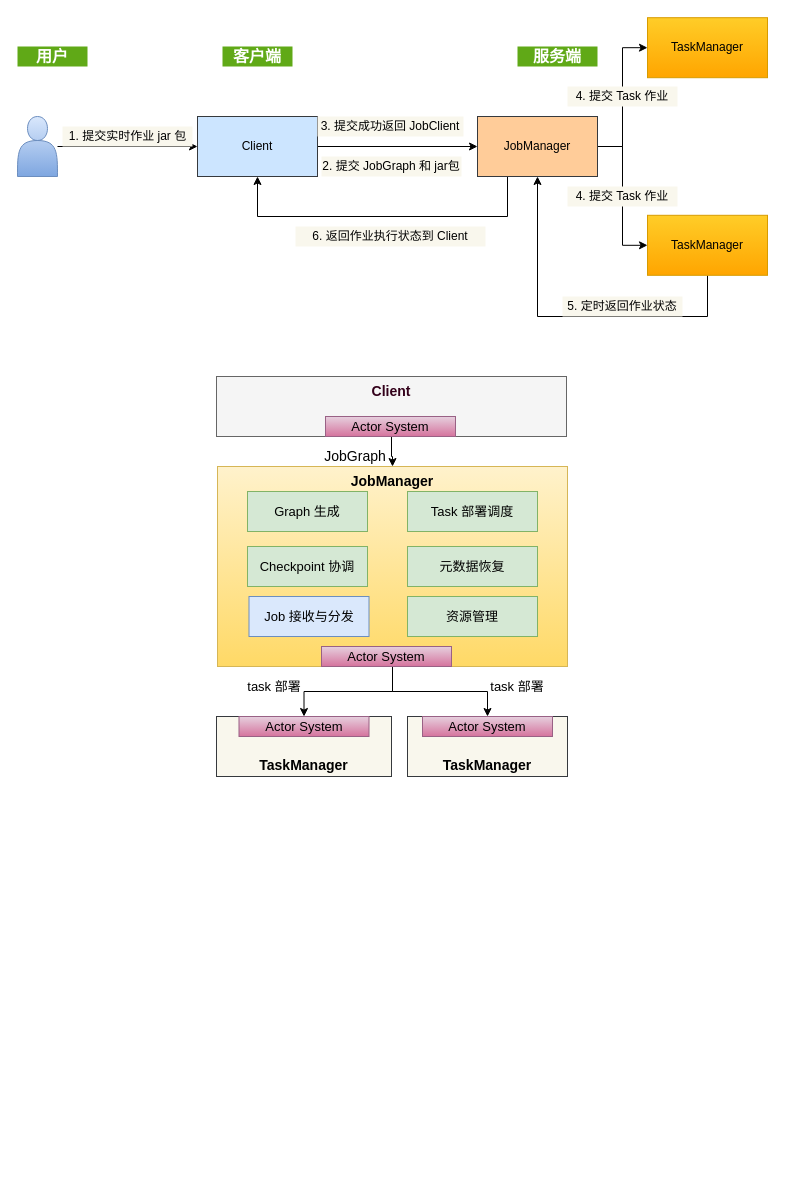
Before: graph/Flink-Core-Structure.drawio in nicekk/Flink-Practice, a draw.io diagram. Source tidied: cells renumbered, new cells numbered last; positions are measured from the earlier drawing's top-left corner, leaving out a move shared by most shapes. Both pictures are drawn from the tidied source at 100%, with x=0, y=0 at pixel (17, 17).
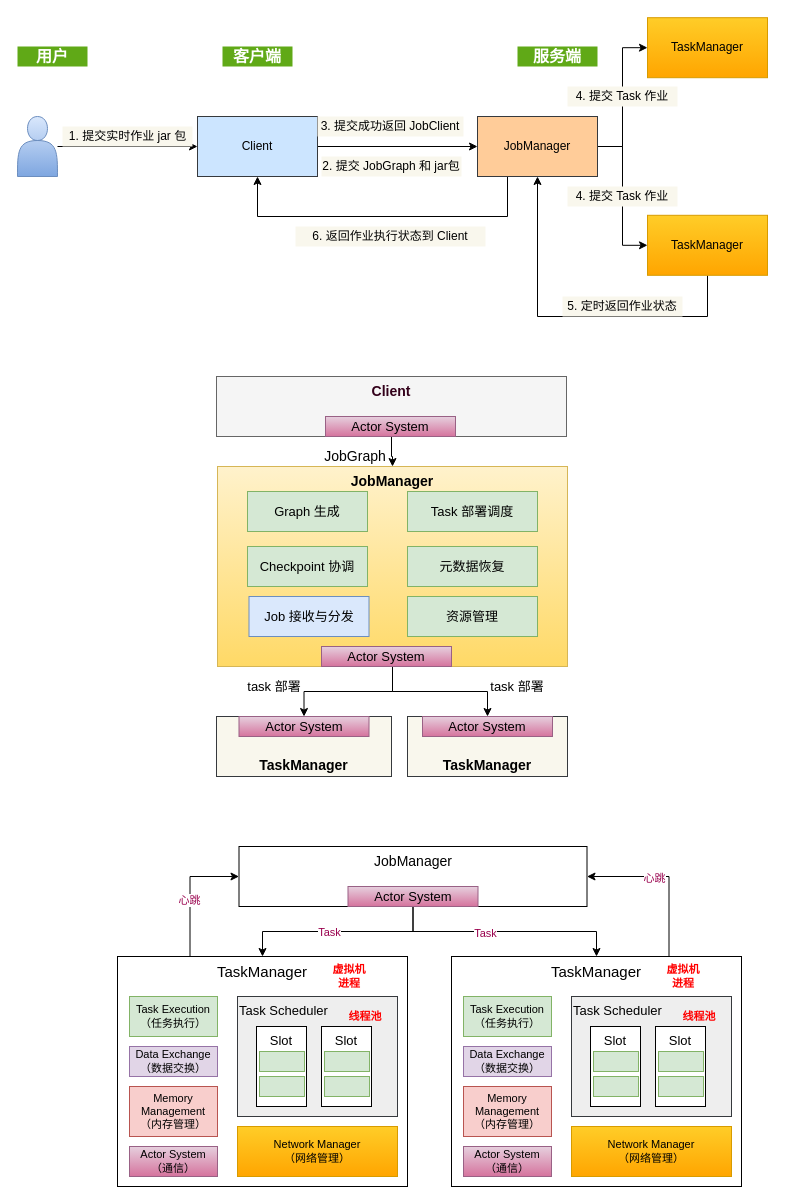
The same page after the edit.

Commit message:
TaskManager 内部原理

The edit, as a diff of the source:
```diff
@@
+    <mxCell id="43" style="edgeStyle=orthogonalEdgeStyle;rounded=0;jettySize=auto;html=1;fontSize=11;fontColor=#3333FF;" parent="1" edge="1" source="47" target="51">
+      <mxGeometry relative="1" as="geometry" />
+    </mxCell>
+    <mxCell id="44" value="Task" style="edgeLabel;html=1;align=center;verticalAlign=middle;fontSize=11;fontColor=#99004D;" parent="43" vertex="1">
+      <mxGeometry x="0.09" relative="1" as="geometry" />
+    </mxCell>
+    <mxCell id="45" style="edgeStyle=orthogonalEdgeStyle;rounded=0;jettySize=auto;html=1;fontSize=11;fontColor=#3333FF;" parent="1" edge="1" source="47" target="68">
+      <mxGeometry relative="1" as="geometry" />
+    </mxCell>
+    <mxCell id="46" value="Task" style="edgeLabel;html=1;align=center;verticalAlign=middle;fontSize=11;fontColor=#99004D;" parent="45" vertex="1">
+      <mxGeometry x="-0.17" y="-1" relative="1" as="geometry" />
+    </mxCell>
+    <mxCell id="47" value="JobManager" style="rounded=0;whiteSpace=wrap;html=1;fontSize=14;verticalAlign=top;" parent="1" vertex="1">
+      <mxGeometry x="221.5" y="829" width="348" height="60" as="geometry" />
+    </mxCell>
+    <mxCell id="48" value="Actor System" style="rounded=0;whiteSpace=wrap;html=1;fillColor=#e6d0de;fontSize=13;gradientColor=#d5739d;strokeColor=#996185;" parent="1" vertex="1">
+      <mxGeometry x="330.5" y="869" width="130" height="20" as="geometry" />
+    </mxCell>
+    <mxCell id="49" style="edgeStyle=orthogonalEdgeStyle;rounded=0;jettySize=auto;html=1;exitX=0.25;exitY=0;exitDx=0;exitDy=0;entryX=0;entryY=0.5;entryDx=0;entryDy=0;fontSize=11;fontColor=#99004D;" parent="1" edge="1" source="51" target="47">
+      <mxGeometry relative="1" as="geometry" />
+    </mxCell>
+    <mxCell id="50" value="心跳" style="edgeLabel;html=1;align=center;verticalAlign=middle;fontSize=11;fontColor=#99004D;" parent="49" vertex="1">
+      <mxGeometry x="-0.12" y="1" relative="1" as="geometry" />
+    </mxCell>
+    <mxCell id="51" value="TaskManager" style="rounded=0;whiteSpace=wrap;html=1;fontSize=15;verticalAlign=top;" parent="1" vertex="1">
+      <mxGeometry x="100" y="939" width="290" height="230" as="geometry" />
+    </mxCell>
+    <mxCell id="52" value="Task Execution&lt;br&gt;（任务执行）" style="rounded=0;whiteSpace=wrap;html=1;fontSize=11;fillColor=#d5e8d4;strokeColor=#82b366;" parent="1" vertex="1">
+      <mxGeometry x="112" y="979" width="88" height="40" as="geometry" />
+    </mxCell>
+    <mxCell id="53" value="Data Exchange&lt;br&gt;（数据交换）" style="rounded=0;whiteSpace=wrap;html=1;fontSize=11;fillColor=#e1d5e7;strokeColor=#9673a6;" parent="1" vertex="1">
+      <mxGeometry x="112" y="1029" width="88" height="30" as="geometry" />
+    </mxCell>
+    <mxCell id="54" value="Memory Management&lt;br&gt;（内存管理）" style="rounded=0;whiteSpace=wrap;html=1;fontSize=11;fillColor=#f8cecc;strokeColor=#b85450;" parent="1" vertex="1">
+      <mxGeometry x="112" y="1069" width="88" height="50" as="geometry" />
+    </mxCell>
+    <mxCell id="55" value="Task Scheduler" style="rounded=0;whiteSpace=wrap;html=1;fontSize=13;verticalAlign=top;fillColor=#eeeeee;strokeColor=#36393d;align=left;" parent="1" vertex="1">
+      <mxGeometry x="220" y="979" width="160" height="120" as="geometry" />
+    </mxCell>
+    <mxCell id="56" value="Slot" style="rounded=0;whiteSpace=wrap;html=1;fontSize=13;verticalAlign=top;" parent="1" vertex="1">
+      <mxGeometry x="239" y="1009" width="50" height="80" as="geometry" />
+    </mxCell>
+    <mxCell id="57" style="rounded=0;whiteSpace=wrap;html=1;fontSize=11;fillColor=#d5e8d4;strokeColor=#82b366;" parent="1" vertex="1">
+      <mxGeometry x="242" y="1034" width="45" height="20" as="geometry" />
+    </mxCell>
+    <mxCell id="58" style="rounded=0;whiteSpace=wrap;html=1;fontSize=11;fillColor=#d5e8d4;strokeColor=#82b366;" parent="1" vertex="1">
+      <mxGeometry x="242" y="1059" width="45" height="20" as="geometry" />
+    </mxCell>
+    <mxCell id="59" value="Slot" style="rounded=0;whiteSpace=wrap;html=1;fontSize=13;verticalAlign=top;" parent="1" vertex="1">
+      <mxGeometry x="304" y="1009" width="50" height="80" as="geometry" />
+    </mxCell>
+    <mxCell id="60" style="rounded=0;whiteSpace=wrap;html=1;fontSize=11;fillColor=#d5e8d4;strokeColor=#82b366;" parent="1" vertex="1">
+      <mxGeometry x="307" y="1059" width="45" height="20" as="geometry" />
+    </mxCell>
+    <mxCell id="61" style="rounded=0;whiteSpace=wrap;html=1;fontSize=11;fillColor=#d5e8d4;strokeColor=#82b366;" parent="1" vertex="1">
+      <mxGeometry x="307" y="1034" width="45" height="20" as="geometry" />
+    </mxCell>
+    <mxCell id="62" value="Actor System&lt;br&gt;（通信）" style="rounded=0;whiteSpace=wrap;html=1;fontSize=11;fillColor=#e6d0de;strokeColor=#996185;gradientColor=#d5739d;" parent="1" vertex="1">
+      <mxGeometry x="112" y="1129" width="88" height="30" as="geometry" />
+    </mxCell>
+    <mxCell id="63" value="Network Manager&lt;br&gt;（网络管理）" style="rounded=0;whiteSpace=wrap;html=1;fontSize=11;gradientColor=#ffa500;fillColor=#ffcd28;strokeColor=#d79b00;" parent="1" vertex="1">
+      <mxGeometry x="220" y="1109" width="160" height="50" as="geometry" />
+    </mxCell>
+    <mxCell id="64" value="虚拟机进程" style="text;html=1;strokeColor=none;fillColor=none;align=center;verticalAlign=middle;whiteSpace=wrap;rounded=0;fontSize=11;fontStyle=1;fontColor=#FF0000;" parent="1" vertex="1">
+      <mxGeometry x="312" y="949" width="40" height="20" as="geometry" />
+    </mxCell>
+    <mxCell id="65" value="线程池" style="text;html=1;strokeColor=none;fillColor=none;align=center;verticalAlign=middle;whiteSpace=wrap;rounded=0;fontSize=11;fontStyle=1;fontColor=#FF0000;" parent="1" vertex="1">
+      <mxGeometry x="328" y="989" width="40" height="20" as="geometry" />
+    </mxCell>
+    <mxCell id="66" style="edgeStyle=orthogonalEdgeStyle;rounded=0;jettySize=auto;html=1;exitX=0.75;exitY=0;exitDx=0;exitDy=0;entryX=1;entryY=0.5;entryDx=0;entryDy=0;fontSize=11;fontColor=#99004D;" parent="1" edge="1" source="68" target="47">
+      <mxGeometry relative="1" as="geometry" />
+    </mxCell>
+    <mxCell id="67" value="心跳" style="edgeLabel;html=1;align=center;verticalAlign=middle;fontSize=11;fontColor=#99004D;" parent="66" vertex="1">
+      <mxGeometry x="0.17" y="1" relative="1" as="geometry" />
+    </mxCell>
+    <mxCell id="68" value="TaskManager" style="rounded=0;whiteSpace=wrap;html=1;fontSize=15;verticalAlign=top;" parent="1" vertex="1">
+      <mxGeometry x="434" y="939" width="290" height="230" as="geometry" />
+    </mxCell>
+    <mxCell id="69" value="Task Execution&lt;br&gt;（任务执行）" style="rounded=0;whiteSpace=wrap;html=1;fontSize=11;fillColor=#d5e8d4;strokeColor=#82b366;" parent="1" vertex="1">
+      <mxGeometry x="446" y="979" width="88" height="40" as="geometry" />
+    </mxCell>
+    <mxCell id="70" value="Data Exchange&lt;br&gt;（数据交换）" style="rounded=0;whiteSpace=wrap;html=1;fontSize=11;fillColor=#e1d5e7;strokeColor=#9673a6;" parent="1" vertex="1">
+      <mxGeometry x="446" y="1029" width="88" height="30" as="geometry" />
+    </mxCell>
+    <mxCell id="71" value="Memory Management&lt;br&gt;（内存管理）" style="rounded=0;whiteSpace=wrap;html=1;fontSize=11;fillColor=#f8cecc;strokeColor=#b85450;" parent="1" vertex="1">
+      <mxGeometry x="446" y="1069" width="88" height="50" as="geometry" />
+    </mxCell>
+    <mxCell id="72" value="Task Scheduler" style="rounded=0;whiteSpace=wrap;html=1;fontSize=13;verticalAlign=top;fillColor=#eeeeee;strokeColor=#36393d;align=left;" parent="1" vertex="1">
+      <mxGeometry x="554" y="979" width="160" height="120" as="geometry" />
+    </mxCell>
+    <mxCell id="73" value="Slot" style="rounded=0;whiteSpace=wrap;html=1;fontSize=13;verticalAlign=top;" parent="1" vertex="1">
+      <mxGeometry x="573" y="1009" width="50" height="80" as="geometry" />
+    </mxCell>
+    <mxCell id="74" style="rounded=0;whiteSpace=wrap;html=1;fontSize=11;fillColor=#d5e8d4;strokeColor=#82b366;" parent="1" vertex="1">
+      <mxGeometry x="576" y="1034" width="45" height="20" as="geometry" />
+    </mxCell>
+    <mxCell id="75" style="rounded=0;whiteSpace=wrap;html=1;fontSize=11;fillColor=#d5e8d4;strokeColor=#82b366;" parent="1" vertex="1">
+      <mxGeometry x="576" y="1059" width="45" height="20" as="geometry" />
+    </mxCell>
+    <mxCell id="76" value="Slot" style="rounded=0;whiteSpace=wrap;html=1;fontSize=13;verticalAlign=top;" parent="1" vertex="1">
+      <mxGeometry x="638" y="1009" width="50" height="80" as="geometry" />
+    </mxCell>
+    <mxCell id="77" style="rounded=0;whiteSpace=wrap;html=1;fontSize=11;fillColor=#d5e8d4;strokeColor=#82b366;" parent="1" vertex="1">
+      <mxGeometry x="641" y="1059" width="45" height="20" as="geometry" />
+    </mxCell>
+    <mxCell id="78" style="rounded=0;whiteSpace=wrap;html=1;fontSize=11;fillColor=#d5e8d4;strokeColor=#82b366;" parent="1" vertex="1">
+      <mxGeometry x="641" y="1034" width="45" height="20" as="geometry" />
+    </mxCell>
+    <mxCell id="79" value="Actor System&lt;br&gt;（通信）" style="rounded=0;whiteSpace=wrap;html=1;fontSize=11;fillColor=#e6d0de;strokeColor=#996185;gradientColor=#d5739d;" parent="1" vertex="1">
+      <mxGeometry x="446" y="1129" width="88" height="30" as="geometry" />
+    </mxCell>
+    <mxCell id="80" value="Network Manager&lt;br&gt;（网络管理）" style="rounded=0;whiteSpace=wrap;html=1;fontSize=11;gradientColor=#ffa500;fillColor=#ffcd28;strokeColor=#d79b00;" parent="1" vertex="1">
+      <mxGeometry x="554" y="1109" width="160" height="50" as="geometry" />
+    </mxCell>
+    <mxCell id="81" value="虚拟机进程" style="text;html=1;strokeColor=none;fillColor=none;align=center;verticalAlign=middle;whiteSpace=wrap;rounded=0;fontSize=11;fontStyle=1;fontColor=#FF0000;" parent="1" vertex="1">
+      <mxGeometry x="646" y="949" width="40" height="20" as="geometry" />
+    </mxCell>
+    <mxCell id="82" value="线程池" style="text;html=1;strokeColor=none;fillColor=none;align=center;verticalAlign=middle;whiteSpace=wrap;rounded=0;fontSize=11;fontStyle=1;labelBackgroundColor=none;fontColor=#FF0000;" parent="1" vertex="1">
+      <mxGeometry x="662" y="989" width="40" height="20" as="geometry" />
+    </mxCell>
```
